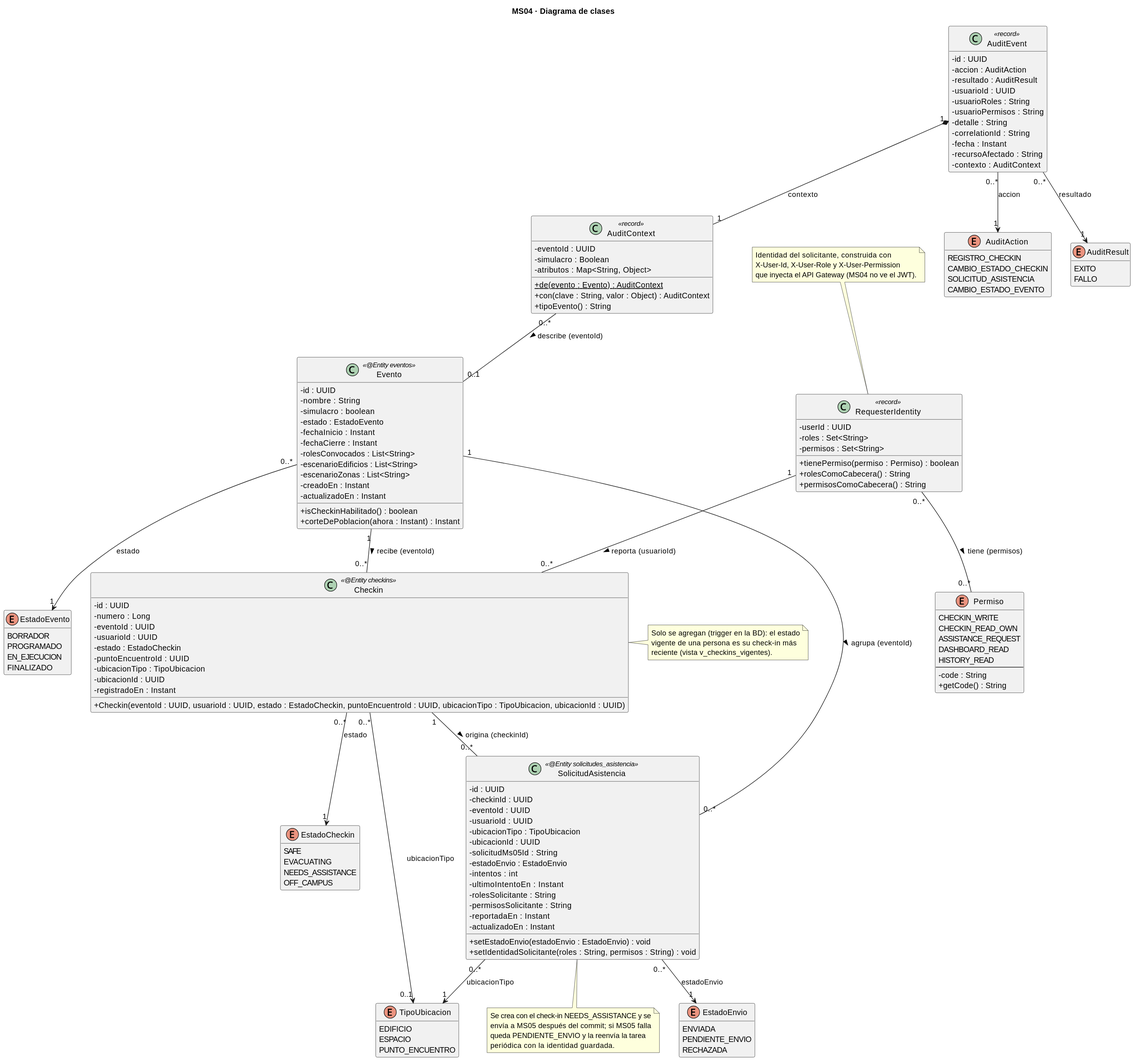
The PlantUML diagram ms04-evacuation-and-check-in/diagrams/ms04-classes.svg in CampusSeguro-DOSW-2026-2/documentation, before a commit.
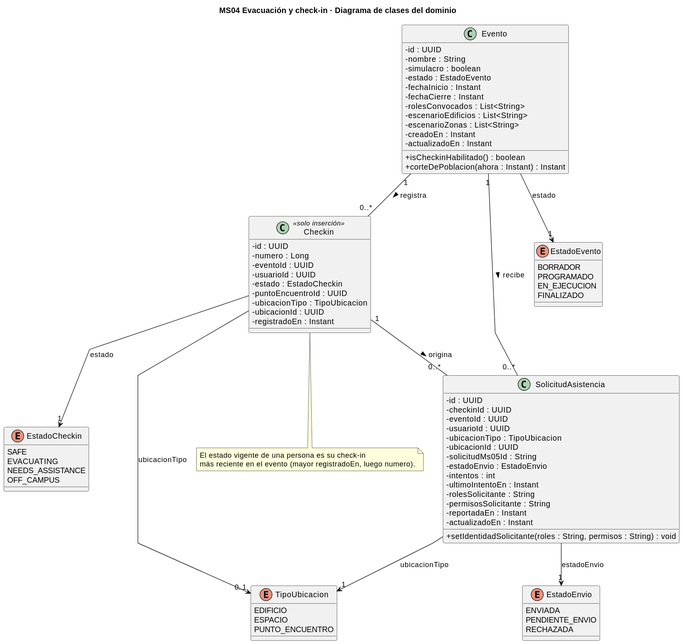
Above is the later version.

The edit, as a diff of the source:
```diff
@@ -1,167 +1,93 @@
 @startuml
+skinparam shadowing false
 skinparam classAttributeIconSize 0
-skinparam shadowing false
-hide empty members
-title MS04 · Diagrama de clases
+skinparam linetype polyline
+title MS04 Evacuación y check-in · Diagrama de clases del dominio
 
-class Evento <<@Entity eventos>> {
-    - id : UUID
-    - nombre : String
-    - simulacro : boolean
-    - estado : EstadoEvento
-    - fechaInicio : Instant
-    - fechaCierre : Instant
-    - rolesConvocados : List<String>
-    - escenarioEdificios : List<String>
-    - escenarioZonas : List<String>
-    - creadoEn : Instant
-    - actualizadoEn : Instant
-    + isCheckinHabilitado() : boolean
-    + corteDePoblacion(ahora : Instant) : Instant
+class Evento {
+  - id : UUID
+  - nombre : String
+  - simulacro : boolean
+  - estado : EstadoEvento
+  - fechaInicio : Instant
+  - fechaCierre : Instant
+  - rolesConvocados : List<String>
+  - escenarioEdificios : List<String>
+  - escenarioZonas : List<String>
+  - creadoEn : Instant
+  - actualizadoEn : Instant
+  + isCheckinHabilitado() : boolean
+  + corteDePoblacion(ahora : Instant) : Instant
 }
 
-class Checkin <<@Entity checkins>> {
-    - id : UUID
-    - numero : Long
-    - eventoId : UUID
-    - usuarioId : UUID
-    - estado : EstadoCheckin
-    - puntoEncuentroId : UUID
-    - ubicacionTipo : TipoUbicacion
-    - ubicacionId : UUID
-    - registradoEn : Instant
-    + Checkin(eventoId : UUID, usuarioId : UUID, estado : EstadoCheckin, puntoEncuentroId : UUID, ubicacionTipo : TipoUbicacion, ubicacionId : UUID)
+class Checkin <<solo inserción>> {
+  - id : UUID
+  - numero : Long
+  - eventoId : UUID
+  - usuarioId : UUID
+  - estado : EstadoCheckin
+  - puntoEncuentroId : UUID
+  - ubicacionTipo : TipoUbicacion
+  - ubicacionId : UUID
+  - registradoEn : Instant
 }
 
-class SolicitudAsistencia <<@Entity solicitudes_asistencia>> {
-    - id : UUID
-    - checkinId : UUID
-    - eventoId : UUID
-    - usuarioId : UUID
-    - ubicacionTipo : TipoUbicacion
-    - ubicacionId : UUID
-    - solicitudMs05Id : String
-    - estadoEnvio : EstadoEnvio
-    - intentos : int
-    - ultimoIntentoEn : Instant
-    - rolesSolicitante : String
-    - permisosSolicitante : String
-    - reportadaEn : Instant
-    - actualizadoEn : Instant
-    + setEstadoEnvio(estadoEnvio : EstadoEnvio) : void
-    + setIdentidadSolicitante(roles : String, permisos : String) : void
+class SolicitudAsistencia {
+  - id : UUID
+  - checkinId : UUID
+  - eventoId : UUID
+  - usuarioId : UUID
+  - ubicacionTipo : TipoUbicacion
+  - ubicacionId : UUID
+  - solicitudMs05Id : String
+  - estadoEnvio : EstadoEnvio
+  - intentos : int
+  - ultimoIntentoEn : Instant
+  - rolesSolicitante : String
+  - permisosSolicitante : String
+  - reportadaEn : Instant
+  - actualizadoEn : Instant
+  + setIdentidadSolicitante(roles : String, permisos : String) : void
 }
 
 enum EstadoEvento {
-    BORRADOR
-    PROGRAMADO
-    EN_EJECUCION
-    FINALIZADO
+  BORRADOR
+  PROGRAMADO
+  EN_EJECUCION
+  FINALIZADO
 }
 
 enum EstadoCheckin {
-    SAFE
-    EVACUATING
-    NEEDS_ASSISTANCE
-    OFF_CAMPUS
+  SAFE
+  EVACUATING
+  NEEDS_ASSISTANCE
+  OFF_CAMPUS
+}
+
+enum EstadoEnvio {
+  ENVIADA
+  PENDIENTE_ENVIO
+  RECHAZADA
 }
 
 enum TipoUbicacion {
-    EDIFICIO
-    ESPACIO
-    PUNTO_ENCUENTRO
+  EDIFICIO
+  ESPACIO
+  PUNTO_ENCUENTRO
 }
 
-enum EstadoEnvio {
-    ENVIADA
-    PENDIENTE_ENVIO
-    RECHAZADA
-}
+Evento "1" -- "0..*" Checkin : registra >
+Evento "1" -- "0..*" SolicitudAsistencia : recibe >
+Checkin "1" -- "0..*" SolicitudAsistencia : origina >
 
-class RequesterIdentity <<record>> {
-    - userId : UUID
-    - roles : Set<String>
-    - permisos : Set<String>
-    + tienePermiso(permiso : Permiso) : boolean
-    + rolesComoCabecera() : String
-    + permisosComoCabecera() : String
-}
+Evento --> "1" EstadoEvento : estado
+Checkin --> "1" EstadoCheckin : estado
+Checkin --> "0..1" TipoUbicacion : ubicacionTipo
+SolicitudAsistencia --> "1" EstadoEnvio : estadoEnvio
+SolicitudAsistencia --> "1" TipoUbicacion : ubicacionTipo
 
-enum Permiso {
-    CHECKIN_WRITE
-    CHECKIN_READ_OWN
-    ASSISTANCE_REQUEST
-    DASHBOARD_READ
-    HISTORY_READ
-    --
-    - code : String
-    + getCode() : String
-}
-
-class AuditEvent <<record>> {
-    - id : UUID
-    - accion : AuditAction
-    - resultado : AuditResult
-    - usuarioId : UUID
-    - usuarioRoles : String
-    - usuarioPermisos : String
-    - detalle : String
-    - correlationId : String
-    - fecha : Instant
-    - recursoAfectado : String
-    - contexto : AuditContext
-}
-
-class AuditContext <<record>> {
-    - eventoId : UUID
-    - simulacro : Boolean
-    - atributos : Map<String, Object>
-    + {static} de(evento : Evento) : AuditContext
-    + con(clave : String, valor : Object) : AuditContext
-    + tipoEvento() : String
-}
-
-enum AuditAction {
-    REGISTRO_CHECKIN
-    CAMBIO_ESTADO_CHECKIN
-    SOLICITUD_ASISTENCIA
-    CAMBIO_ESTADO_EVENTO
-}
-
-enum AuditResult {
-    EXITO
-    FALLO
-}
-
-Evento "1" -- "0..*" Checkin : recibe (eventoId) >
-Evento "1" -- "0..*" SolicitudAsistencia : agrupa (eventoId) >
-Checkin "1" -- "0..*" SolicitudAsistencia : origina (checkinId) >
-Evento "0..*" --> "1" EstadoEvento : estado
-Checkin "0..*" --> "1" EstadoCheckin : estado
-Checkin "0..*" --> "0..1" TipoUbicacion : ubicacionTipo
-SolicitudAsistencia "0..*" --> "1" TipoUbicacion : ubicacionTipo
-SolicitudAsistencia "0..*" --> "1" EstadoEnvio : estadoEnvio
-RequesterIdentity "0..*" -- "0..*" Permiso : tiene (permisos) >
-RequesterIdentity "1" -- "0..*" Checkin : reporta (usuarioId) >
-AuditEvent "1" *-- "1" AuditContext : contexto
-AuditContext "0..*" -- "0..1" Evento : describe (eventoId) >
-AuditEvent "0..*" --> "1" AuditAction : accion
-AuditEvent "0..*" --> "1" AuditResult : resultado
-
-note right of Checkin
-  Solo se agregan (trigger en la BD): el estado
-  vigente de una persona es su check-in más
-  reciente (vista v_checkins_vigentes).
-end note
-note bottom of SolicitudAsistencia
-  Se crea con el check-in NEEDS_ASSISTANCE y se
-  envía a MS05 después del commit; si MS05 falla
-  queda PENDIENTE_ENVIO y la reenvía la tarea
-  periódica con la identidad guardada.
-end note
-note top of RequesterIdentity
-  Identidad del solicitante, construida con
-  X-User-Id, X-User-Role y X-User-Permission
-  que inyecta el API Gateway (MS04 no ve el JWT).
+note bottom of Checkin
+  El estado vigente de una persona es su check-in
+  más reciente en el evento (mayor registradoEn, luego numero).
 end note
 @enduml
```
